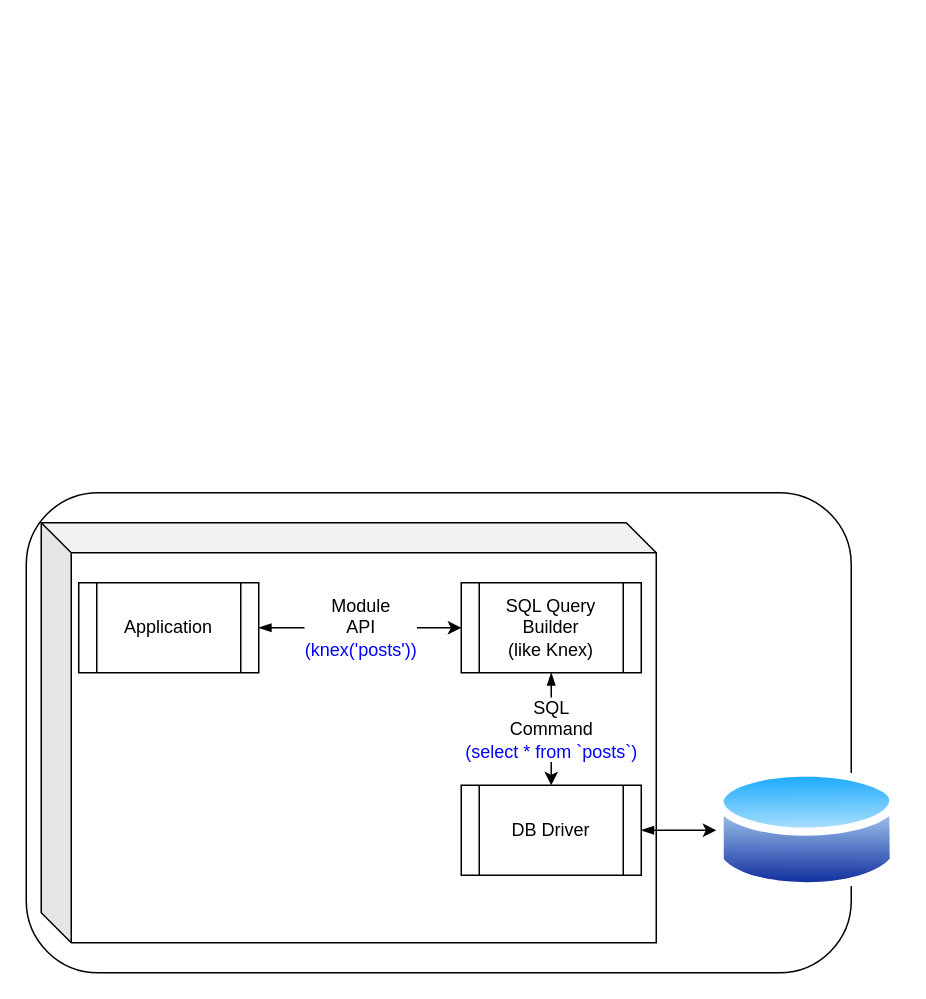
Holly919/node-db1-guided keeps this draw.io diagram as page "File-based DB with SQL Query Builder" (4 of 4) of Untitled Diagram.drawio. Above is the earlier version. Source tidied: cells renumbered, new cells numbered last; positions are measured from the earlier drawing's top-left corner, leaving out a move shared by most shapes. Both pictures are drawn from the tidied source at 150%, with x=0, y=0 at pixel (26, 492).
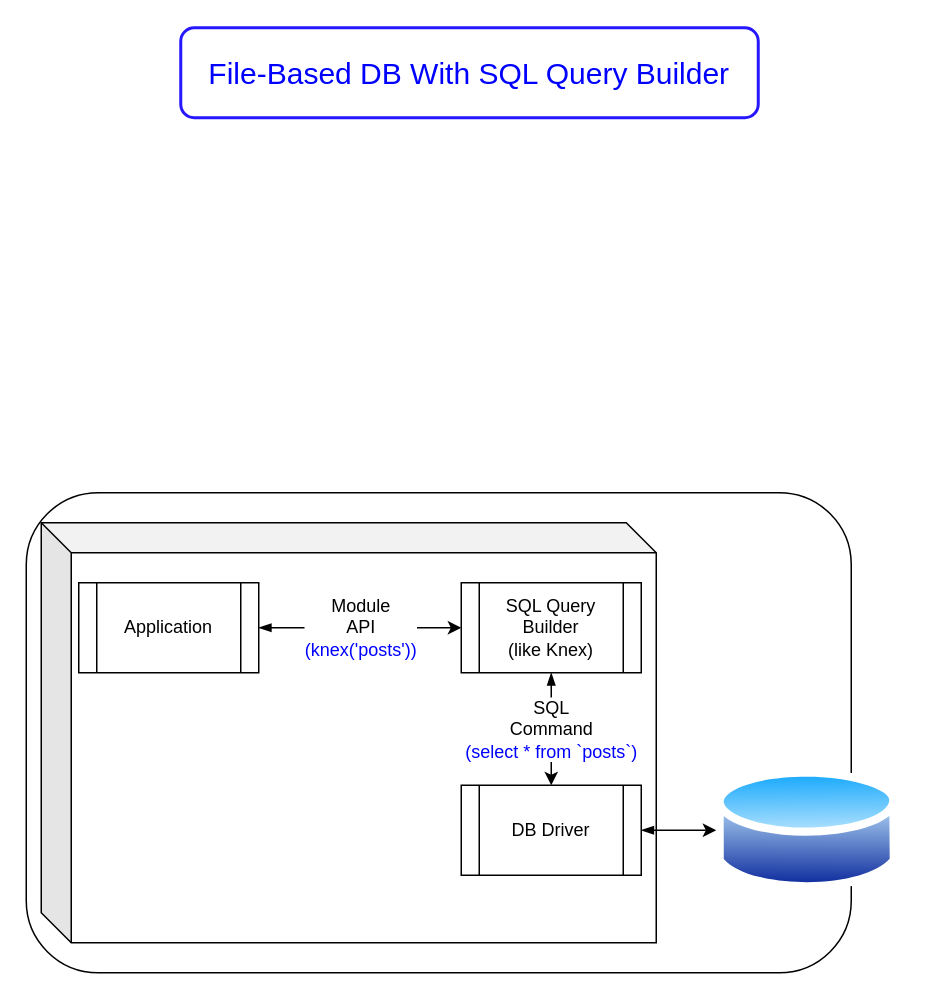
The same page after the edit.

The edit, as a diff of the source:
```diff
@@
 <mxGraphModel>
   <root>
     <mxCell id="0" />
     <mxCell id="1" parent="0" />
     <mxCell id="2" style="rounded=1;whiteSpace=wrap;html=1;" parent="1" vertex="1">
       <mxGeometry width="550" height="320" as="geometry" />
     </mxCell>
     <mxCell id="3" style="shape=cube;whiteSpace=wrap;html=1;boundedLbl=1;backgroundOutline=1;darkOpacity=0.05;darkOpacity2=0.1;" parent="1" vertex="1">
       <mxGeometry x="10" y="20" width="410" height="280" as="geometry" />
     </mxCell>
     <mxCell id="4" style="perimeter=ellipsePerimeter;html=1;align=center;shadow=0;dashed=0;spacingTop=3;image;image=img/lib/active_directory/database.svg;" parent="1" vertex="1">
       <mxGeometry x="460" y="180" width="121.6" height="90" as="geometry" />
     </mxCell>
     <mxCell id="5" value="Module&lt;br style=&quot;font-size: 12px&quot;&gt;API&lt;br&gt;&lt;font color=&quot;#0000ff&quot;&gt;(knex('posts'))&lt;/font&gt;" style="edgeStyle=orthogonalEdgeStyle;rounded=0;jettySize=auto;html=1;exitX=1;exitY=0.5;exitDx=0;exitDy=0;startArrow=blockThin;startFill=1;fontSize=12;" parent="1" edge="1" source="6" target="10">
       <mxGeometry relative="1" as="geometry" />
     </mxCell>
     <mxCell id="6" value="Application" style="shape=process;whiteSpace=wrap;html=1;backgroundOutline=1;" parent="1" vertex="1">
       <mxGeometry x="35" y="60" width="120" height="60" as="geometry" />
     </mxCell>
     <mxCell id="7" style="edgeStyle=orthogonalEdgeStyle;rounded=0;jettySize=auto;html=1;startArrow=blockThin;startFill=1;" parent="1" edge="1" source="8" target="4">
       <mxGeometry relative="1" as="geometry" />
     </mxCell>
     <mxCell id="8" value="DB Driver" style="shape=process;whiteSpace=wrap;html=1;backgroundOutline=1;" parent="1" vertex="1">
       <mxGeometry x="290" y="195" width="120" height="60" as="geometry" />
     </mxCell>
     <mxCell id="9" value="SQL&lt;br style=&quot;font-size: 12px;&quot;&gt;Command&lt;br style=&quot;font-size: 12px;&quot;&gt;&lt;font color=&quot;#0000ff&quot; style=&quot;font-size: 12px;&quot;&gt;(select * from `posts`)&lt;/font&gt;" style="edgeStyle=orthogonalEdgeStyle;rounded=0;jettySize=auto;html=1;exitX=0.5;exitY=1;exitDx=0;exitDy=0;startArrow=blockThin;startFill=1;fontSize=12;" parent="1" edge="1" source="10" target="8">
       <mxGeometry relative="1" as="geometry" />
     </mxCell>
     <mxCell id="10" value="SQL Query Builder &lt;br&gt;(like Knex)" style="shape=process;whiteSpace=wrap;html=1;backgroundOutline=1;" parent="1" vertex="1">
       <mxGeometry x="290" y="60" width="120" height="60" as="geometry" />
     </mxCell>
+    <mxCell id="11" value="File-Based DB With SQL Query Builder" style="rounded=1;whiteSpace=wrap;html=1;strokeWidth=2;fillColor=none;fontSize=20;fontColor=#0000FF;strokeColor=#2617FF;" parent="1" vertex="1">
+      <mxGeometry x="103" y="-310" width="385" height="60" as="geometry" />
+    </mxCell>
   </root>
 </mxGraphModel>
```
